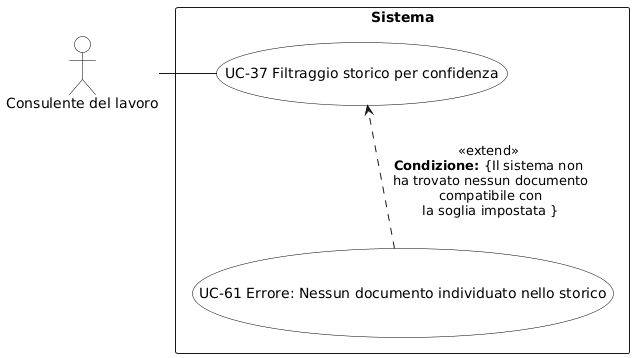
Above: RTB/Analisi dei Requisiti/diagrammi_use_case/UC-37.png in aLittleByte-19/Documentazione (PlantUML), before the change.
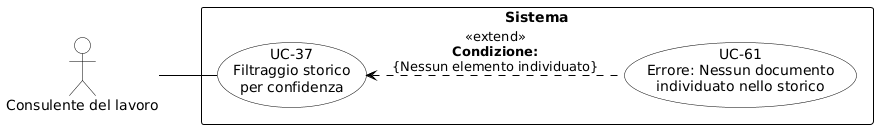
Above is the later version.

The edit, as a diff of the source:
```diff
@@ -1,25 +1,32 @@
 @startuml
-skinparam backgroundColor white
+skinparam shadowing false
+skinparam defaultFontName Arial
+left to right direction
+skinparam nodesep 15
+skinparam ranksep 50
+
+skinparam usecase {
+    BackgroundColor white
+    BorderColor black
+    ArrowColor black
+}
 skinparam actor {
-  BackgroundColor white
-  BorderColor black
-  FontColor black
+    BackgroundColor white
+    BorderColor black
 }
-skinparam usecase {
-  BackgroundColor white
-  BorderColor black
-  FontColor black
+skinparam rectangle {
+    BorderColor black
+    FontStyle bold
 }
-actor "Consulente del lavoro" as C
+
+actor "Consulente del lavoro" as CL
 
 rectangle "Sistema" {
-  (UC-37 Filtraggio storico per confidenza) as UC37
-  (UC-61 Errore: Nessun documento individuato nello storico) as UC61
+    usecase "UC-37\nFiltraggio storico\nper confidenza" as UC37
+    usecase "UC-61\nErrore: Nessun documento\nindividuato nello storico" as UC61
 
-  UC37 -[hidden]d- UC61
-
-  UC61 ..> UC37 : <<extend>>\n**Condizione:** {Il sistema non\n ha trovato nessun documento\n compatibile con\n la soglia impostata }
+    UC37 <.. UC61 : <<extend>>\n**Condizione:**\n{Nessun elemento individuato}
 }
 
-C - UC37
+CL -- UC37
 @enduml
```
